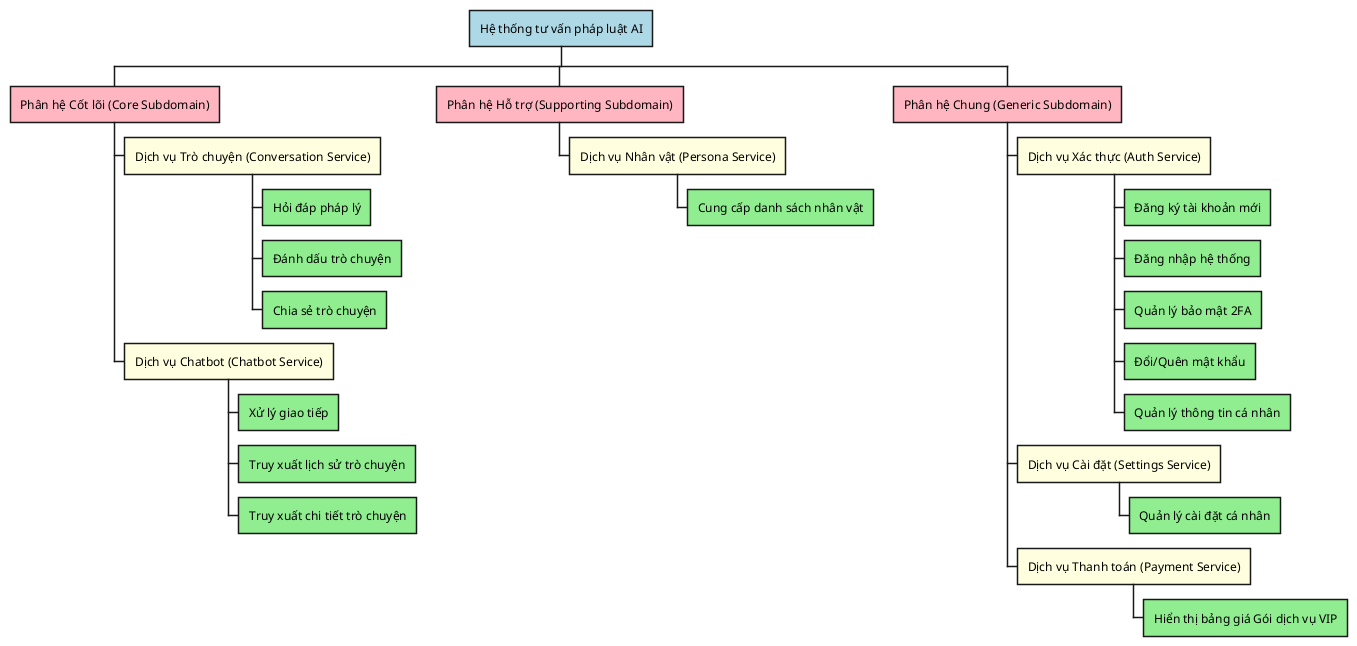
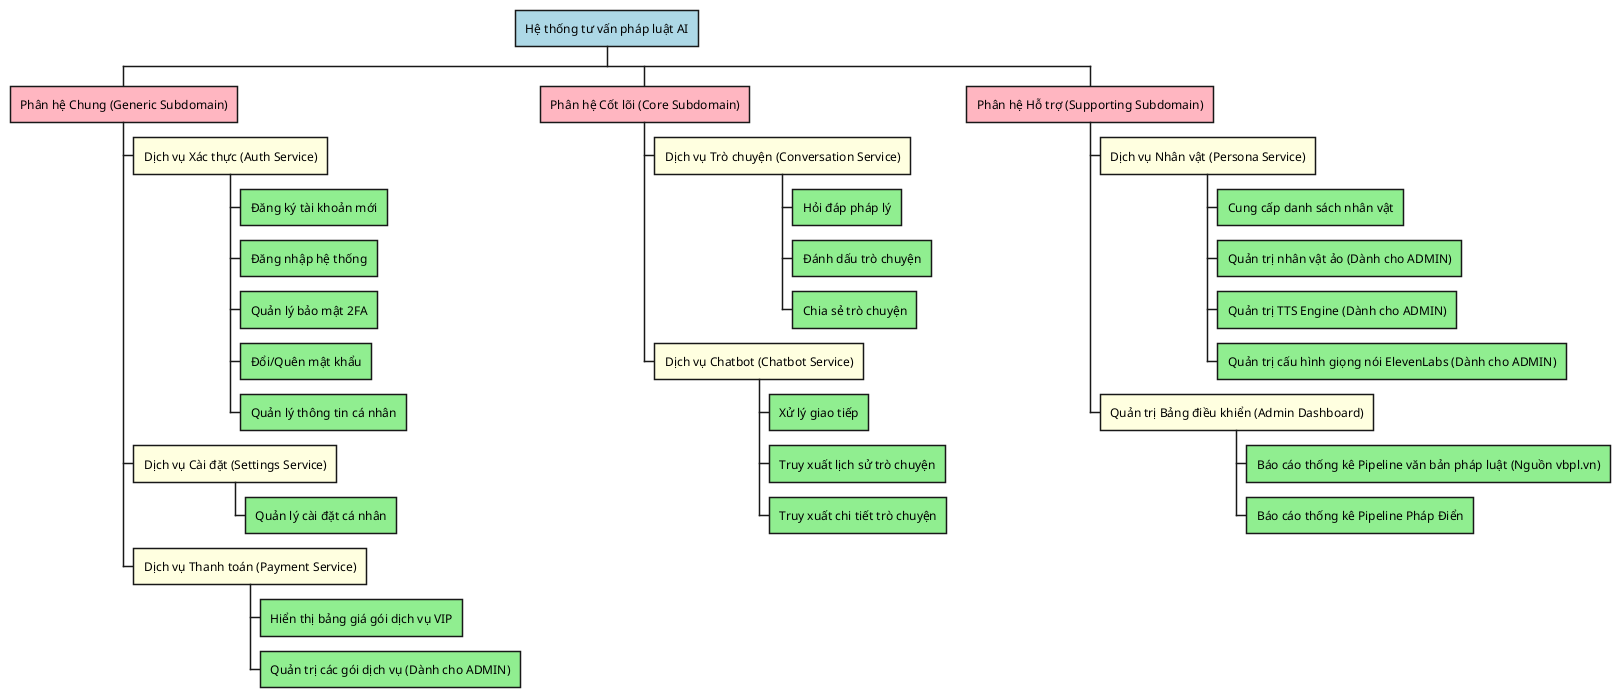
@startwbs
<style>
wbsDiagram {
  :depth(0) {
    BackgroundColor LightBlue
  }
  :depth(1) {
    BackgroundColor LightPink
  }
  :depth(2) {
    BackgroundColor LightYellow
  }
  :depth(3) {
    BackgroundColor LightGreen
  }
}
</style>






* Hệ thống tư vấn pháp luật AI

+ 
+ 
+ 
+ ** Phân hệ Chung (Generic Subdomain)
+ *** Dịch vụ Xác thực (Auth Service)
+ **** Đăng ký tài khoản mới
+ **** Đăng nhập hệ thống
+ **** Quản lý bảo mật 2FA
+ **** Đổi/Quên mật khẩu
+ **** Quản lý thông tin cá nhân
+ *** Dịch vụ Cài đặt (Settings Service)
+ **** Quản lý cài đặt cá nhân
+ *** Dịch vụ Thanh toán (Payment Service)
+ **** Hiển thị bảng giá gói dịch vụ VIP
+ **** Quản trị các gói dịch vụ (Dành cho ADMIN)
+ 
+ 
+ 
+ 
** Phân hệ Cốt lõi (Core Subdomain)
*** Dịch vụ Trò chuyện (Conversation Service)
**** Hỏi đáp pháp lý
**** Đánh dấu trò chuyện
**** Chia sẻ trò chuyện
*** Dịch vụ Chatbot (Chatbot Service)
**** Xử lý giao tiếp
**** Truy xuất lịch sử trò chuyện
**** Truy xuất chi tiết trò chuyện

** Phân hệ Hỗ trợ (Supporting Subdomain)
*** Dịch vụ Nhân vật (Persona Service)
**** Cung cấp danh sách nhân vật
+ **** Quản trị nhân vật ảo (Dành cho ADMIN)
+ **** Quản trị TTS Engine (Dành cho ADMIN)
+ **** Quản trị cấu hình giọng nói ElevenLabs (Dành cho ADMIN)
+ *** Quản trị Bảng điều khiển (Admin Dashboard)
+ **** Báo cáo thống kê Pipeline văn bản pháp luật (Nguồn vbpl.vn)
+ **** Báo cáo thống kê Pipeline Pháp Điển

- ** Phân hệ Chung (Generic Subdomain)
- *** Dịch vụ Xác thực (Auth Service)
- **** Đăng ký tài khoản mới
- **** Đăng nhập hệ thống
- **** Quản lý bảo mật 2FA
- **** Đổi/Quên mật khẩu
- **** Quản lý thông tin cá nhân
- *** Dịch vụ Cài đặt (Settings Service)
- **** Quản lý cài đặt cá nhân
- *** Dịch vụ Thanh toán (Payment Service)
- **** Hiển thị bảng giá Gói dịch vụ VIP
@endwbs
